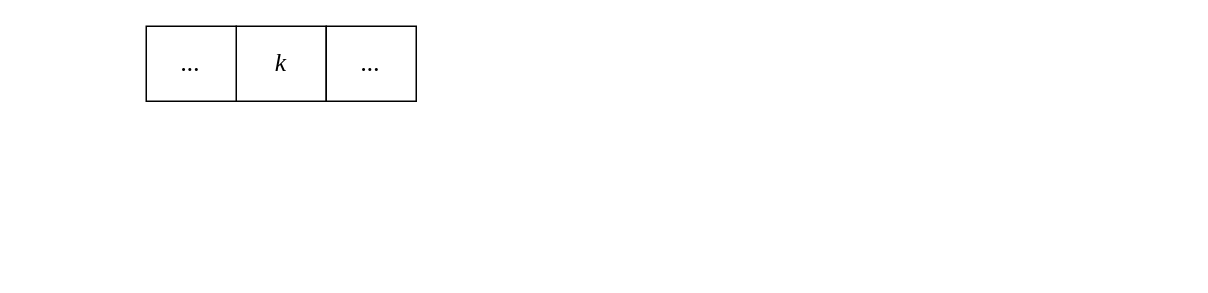
This is page "merge" (4 of 5) of datastruct/tree/B-tree/img/btree-del.drawio from liuxinyu95/AlgoXY, a draw.io file, before an edit. Source tidied: cells renumbered, new cells numbered last; positions are measured from the earlier drawing's top-left corner, leaving out a move shared by most shapes. Both pictures are drawn from the tidied source at 150%, with x=0, y=0 at pixel (146, 26).
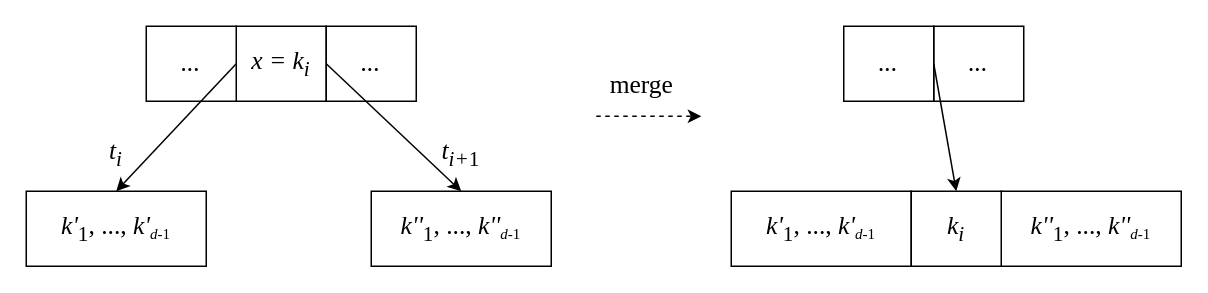
The same diagram, later.

Commit message (it also covers changes not shown here):
Added figure to illustrate merge/shrink (EN)

The edit, as a diff of the source:
```diff
@@
 <mxGraphModel>
   <root>
     <mxCell id="0" />
     <mxCell id="1" parent="0" />
-    <mxCell id="2" value="&lt;font face=&quot;Times New Roman&quot; size=&quot;1&quot;&gt;&lt;i style=&quot;font-size: 17px&quot;&gt;k&lt;/i&gt;&lt;/font&gt;" style="rounded=0;whiteSpace=wrap;html=1;" parent="1" vertex="1">
+    <mxCell id="2" value="&lt;font face=&quot;Times New Roman&quot; size=&quot;1&quot;&gt;&lt;i style=&quot;font-size: 17px&quot;&gt;x = k&lt;sub&gt;i&lt;/sub&gt;&lt;/i&gt;&lt;/font&gt;" style="rounded=0;whiteSpace=wrap;html=1;" parent="1" vertex="1">
       <mxGeometry x="60" width="60" height="50" as="geometry" />
     </mxCell>
     <mxCell id="3" value="&lt;font face=&quot;Times New Roman&quot; size=&quot;1&quot;&gt;&lt;i style=&quot;font-size: 17px&quot;&gt;...&lt;/i&gt;&lt;/font&gt;" style="rounded=0;whiteSpace=wrap;html=1;" parent="1" vertex="1">
       <mxGeometry width="60" height="50" as="geometry" />
     </mxCell>
     <mxCell id="4" value="&lt;font face=&quot;Times New Roman&quot; size=&quot;1&quot;&gt;&lt;i style=&quot;font-size: 17px&quot;&gt;...&lt;/i&gt;&lt;/font&gt;" style="rounded=0;whiteSpace=wrap;html=1;" parent="1" vertex="1">
       <mxGeometry x="120" width="60" height="50" as="geometry" />
     </mxCell>
+    <mxCell id="5" value="&lt;font face=&quot;Times New Roman&quot;&gt;&lt;span style=&quot;font-size: 17px&quot;&gt;&lt;i&gt;k'&lt;/i&gt;&lt;sub&gt;1&lt;/sub&gt;, ...,&amp;nbsp;&lt;/span&gt;&lt;/font&gt;&lt;i style=&quot;font-family: &amp;#34;times new roman&amp;#34; ; font-size: 17px&quot;&gt;k'&lt;/i&gt;&lt;sub style=&quot;font-family: &amp;#34;times new roman&amp;#34;&quot;&gt;&lt;i&gt;d-&lt;/i&gt;1&lt;/sub&gt;" style="rounded=0;whiteSpace=wrap;html=1;" parent="1" vertex="1">
+      <mxGeometry x="-80" y="110" width="120" height="50" as="geometry" />
+    </mxCell>
+    <mxCell id="6" value="&lt;font face=&quot;Times New Roman&quot;&gt;&lt;span style=&quot;font-size: 17px&quot;&gt;&lt;i&gt;k''&lt;/i&gt;&lt;sub&gt;1&lt;/sub&gt;, ...,&amp;nbsp;&lt;/span&gt;&lt;/font&gt;&lt;i style=&quot;font-family: &amp;#34;times new roman&amp;#34; ; font-size: 17px&quot;&gt;k''&lt;/i&gt;&lt;sub style=&quot;font-family: &amp;#34;times new roman&amp;#34;&quot;&gt;&lt;i&gt;d-&lt;/i&gt;1&lt;/sub&gt;" style="rounded=0;whiteSpace=wrap;html=1;" parent="1" vertex="1">
+      <mxGeometry x="150" y="110" width="120" height="50" as="geometry" />
+    </mxCell>
+    <mxCell id="7" value="&lt;font face=&quot;Times New Roman&quot; style=&quot;font-size: 17px&quot;&gt;&lt;i&gt;t&lt;/i&gt;&lt;sub&gt;&lt;i&gt;i+&lt;/i&gt;1&lt;/sub&gt;&lt;/font&gt;" style="text;html=1;strokeColor=none;fillColor=none;align=center;verticalAlign=middle;whiteSpace=wrap;rounded=0;" parent="1" vertex="1">
+      <mxGeometry x="180" y="70" width="60" height="30" as="geometry" />
+    </mxCell>
+    <mxCell id="8" value="&lt;font face=&quot;Times New Roman&quot; style=&quot;font-size: 17px&quot;&gt;&lt;i&gt;t&lt;sub&gt;i&lt;/sub&gt;&lt;/i&gt;&lt;/font&gt;" style="text;html=1;strokeColor=none;fillColor=none;align=center;verticalAlign=middle;whiteSpace=wrap;rounded=0;" parent="1" vertex="1">
+      <mxGeometry x="-50" y="70" width="60" height="30" as="geometry" />
+    </mxCell>
+    <mxCell id="9" style="rounded=0;jettySize=auto;html=1;exitX=0;exitY=0.5;exitDx=0;exitDy=0;entryX=0.5;entryY=0;entryDx=0;entryDy=0;fontFamily=Times New Roman;fontSize=17;" parent="1" edge="1" source="2" target="5">
+      <mxGeometry relative="1" as="geometry" />
+    </mxCell>
+    <mxCell id="10" style="rounded=0;jettySize=auto;html=1;exitX=1;exitY=0.5;exitDx=0;exitDy=0;entryX=0.5;entryY=0;entryDx=0;entryDy=0;fontFamily=Times New Roman;fontSize=17;" parent="1" edge="1" source="2" target="6">
+      <mxGeometry relative="1" as="geometry" />
+    </mxCell>
+    <mxCell id="11" value="&lt;font face=&quot;Times New Roman&quot; size=&quot;1&quot;&gt;&lt;i style=&quot;font-size: 17px&quot;&gt;...&lt;/i&gt;&lt;/font&gt;" style="rounded=0;whiteSpace=wrap;html=1;" parent="1" vertex="1">
+      <mxGeometry x="525" width="60" height="50" as="geometry" />
+    </mxCell>
+    <mxCell id="12" value="&lt;font face=&quot;Times New Roman&quot;&gt;&lt;span style=&quot;font-size: 17px&quot;&gt;&lt;i&gt;k'&lt;/i&gt;&lt;sub&gt;1&lt;/sub&gt;, ...,&amp;nbsp;&lt;/span&gt;&lt;/font&gt;&lt;i style=&quot;font-family: &amp;#34;times new roman&amp;#34; ; font-size: 17px&quot;&gt;k'&lt;/i&gt;&lt;sub style=&quot;font-family: &amp;#34;times new roman&amp;#34;&quot;&gt;&lt;i&gt;d-&lt;/i&gt;1&lt;/sub&gt;" style="rounded=0;whiteSpace=wrap;html=1;" parent="1" vertex="1">
+      <mxGeometry x="390" y="110" width="120" height="50" as="geometry" />
+    </mxCell>
+    <mxCell id="13" value="&lt;font face=&quot;Times New Roman&quot;&gt;&lt;span style=&quot;font-size: 17px&quot;&gt;&lt;i&gt;k''&lt;/i&gt;&lt;sub&gt;1&lt;/sub&gt;, ...,&amp;nbsp;&lt;/span&gt;&lt;/font&gt;&lt;i style=&quot;font-family: &amp;#34;times new roman&amp;#34; ; font-size: 17px&quot;&gt;k''&lt;/i&gt;&lt;sub style=&quot;font-family: &amp;#34;times new roman&amp;#34;&quot;&gt;&lt;i&gt;d-&lt;/i&gt;1&lt;/sub&gt;" style="rounded=0;whiteSpace=wrap;html=1;" parent="1" vertex="1">
+      <mxGeometry x="570" y="110" width="120" height="50" as="geometry" />
+    </mxCell>
+    <mxCell id="14" value="&lt;font face=&quot;Times New Roman&quot; size=&quot;1&quot;&gt;&lt;i style=&quot;font-size: 17px&quot;&gt;k&lt;sub&gt;i&lt;/sub&gt;&lt;/i&gt;&lt;/font&gt;" style="rounded=0;whiteSpace=wrap;html=1;" parent="1" vertex="1">
+      <mxGeometry x="510" y="110" width="60" height="50" as="geometry" />
+    </mxCell>
+    <mxCell id="15" value="&lt;font face=&quot;Times New Roman&quot; size=&quot;1&quot;&gt;&lt;i style=&quot;font-size: 17px&quot;&gt;...&lt;/i&gt;&lt;/font&gt;" style="rounded=0;whiteSpace=wrap;html=1;" parent="1" vertex="1">
+      <mxGeometry x="465" width="60" height="50" as="geometry" />
+    </mxCell>
+    <mxCell id="16" style="rounded=0;jettySize=auto;html=1;exitX=0;exitY=0.5;exitDx=0;exitDy=0;entryX=0.5;entryY=0;entryDx=0;entryDy=0;fontFamily=Times New Roman;fontSize=17;startArrow=none;" parent="1" edge="1" source="11" target="14">
+      <mxGeometry relative="1" as="geometry" />
+    </mxCell>
+    <mxCell id="17" value="merge" style="rounded=0;orthogonalLoop=1;jettySize=auto;html=1;fontFamily=Times New Roman;fontSize=17;startArrow=none;dashed=1;" parent="1" edge="1">
+      <mxGeometry x="-0.14" y="20" relative="1" as="geometry">
+        <mxPoint x="300" y="60" as="sourcePoint" />
+        <mxPoint x="370" y="60" as="targetPoint" />
+      </mxGeometry>
+    </mxCell>
   </root>
 </mxGraphModel>
```
